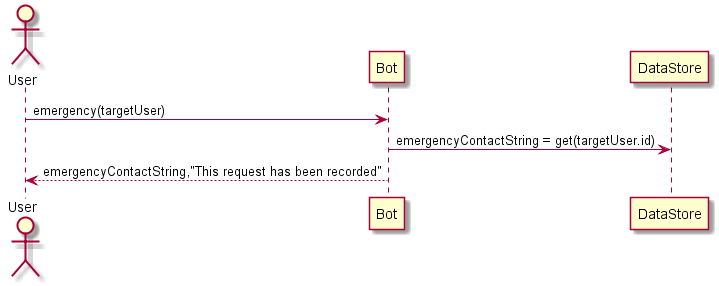
Above: dynamic_emergency.png in surgeforward/911bot (PlantUML), before the change. Its diagram source:
```plantuml
@startuml

actor User
User -> Bot: emergency(targetUser)
Bot -> DataStore: emergencyContactString = get(targetUser.id)
Bot --> User: emergencyContactString,"This request has been recorded"
@enduml
```
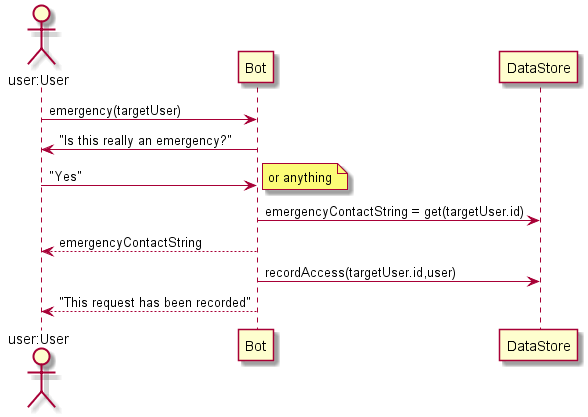
Above is the later version.

Commit message:
Update design for user stories

Change to the diagram source:
```diff
@@ -1,7 +1,12 @@
 @startuml
 
-actor User
+actor "user:User" as User
 User -> Bot: emergency(targetUser)
+Bot -> User: "Is this really an emergency?"
+User -> Bot: "Yes"
+note right: or anything
 Bot -> DataStore: emergencyContactString = get(targetUser.id)
-Bot --> User: emergencyContactString,"This request has been recorded"
+Bot --> User: emergencyContactString
+Bot -> DataStore: recordAccess(targetUser.id,user)
+Bot --> User: "This request has been recorded"
 @enduml
```
